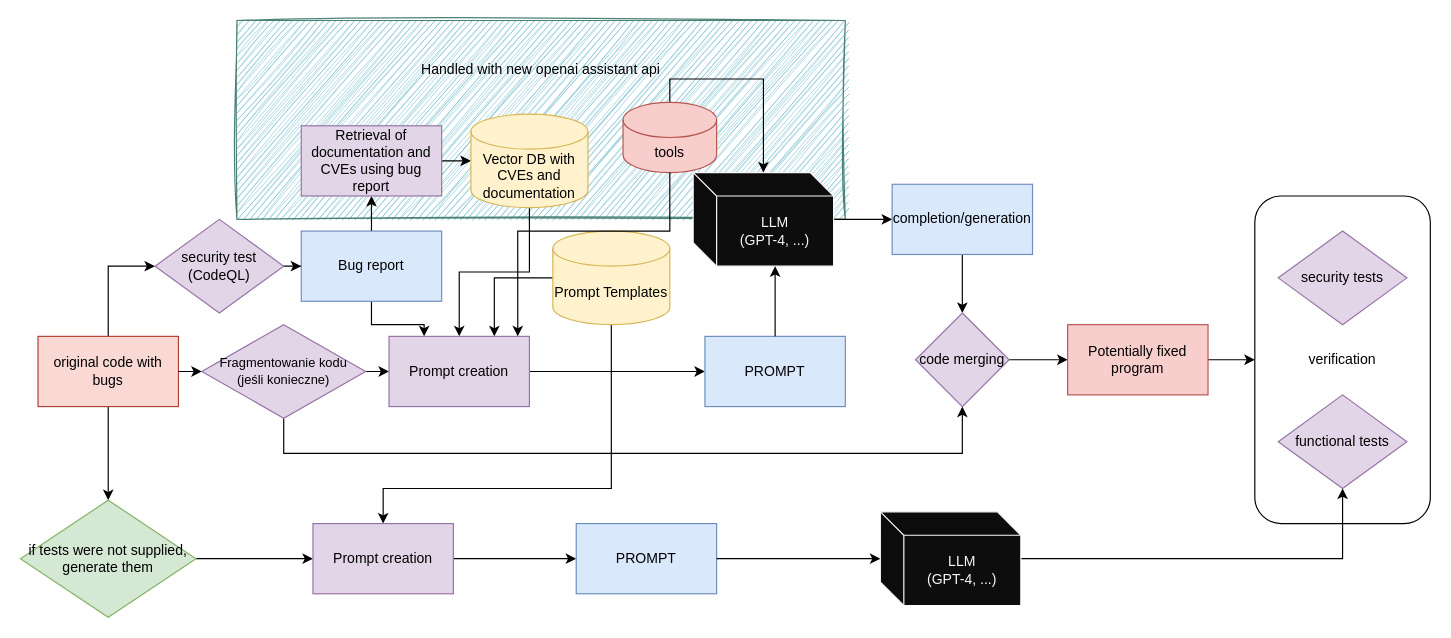
Above: gptester.drawio in 70ziko/gptester (draw.io), before the change. Source tidied: cells renumbered, new cells numbered last; positions are measured from the earlier drawing's top-left corner, leaving out a move shared by most shapes. Both pictures are drawn from the tidied source at 117%, with x=0, y=0 at pixel (20, 20).
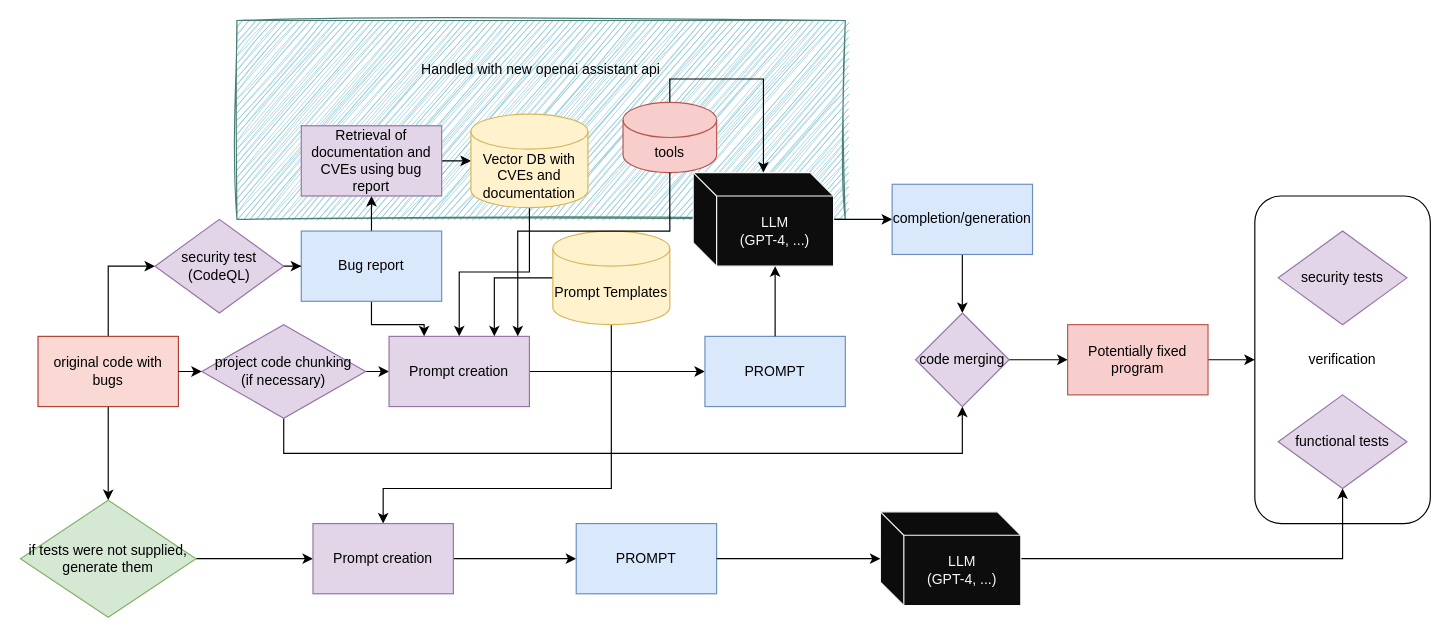
After the change.

Change to the diagram source:
```diff
@@
-    <mxCell id="47" value="&lt;div style=&quot;font-size: 11px;&quot;&gt;&lt;font style=&quot;font-size: 11px;&quot;&gt;Fragmentowanie kodu&lt;/font&gt;&lt;/div&gt;&lt;div style=&quot;font-size: 11px;&quot;&gt;&lt;font style=&quot;font-size: 11px;&quot;&gt;(jeśli konieczne)&lt;font style=&quot;font-size: 11px;&quot;&gt;&lt;br&gt;&lt;/font&gt;&lt;/font&gt;&lt;/div&gt;" style="rhombus;whiteSpace=wrap;html=1;fillColor=#e1d5e7;strokeColor=#9673a6;" parent="1" vertex="1">
+    <mxCell id="47" value="&lt;div&gt;project code chunking&lt;/div&gt;&lt;div&gt;(if necessary)&lt;br&gt;&lt;/div&gt;" style="rhombus;whiteSpace=wrap;html=1;fillColor=#e1d5e7;strokeColor=#9673a6;" parent="1" vertex="1">
       <mxGeometry x="155" y="260" width="140" height="80" as="geometry" />
     </mxCell>
```
